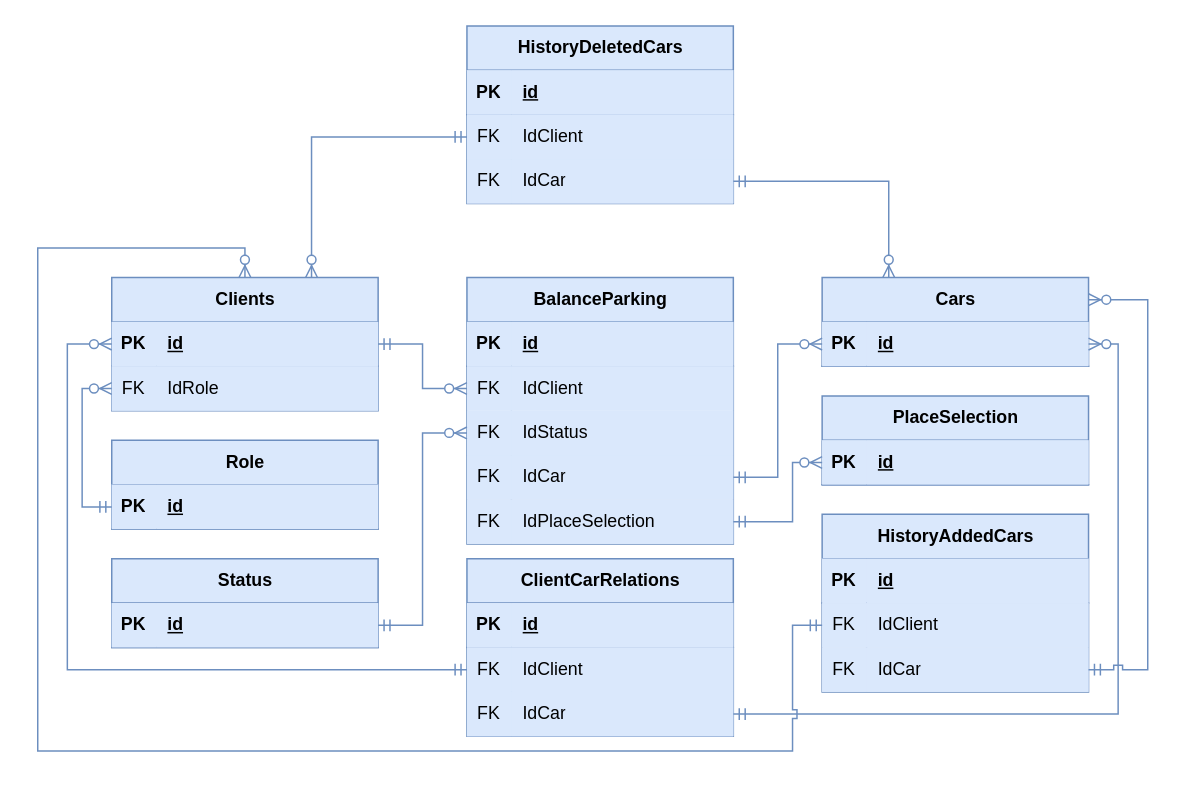
Earlier version of the draw.io diagram spooky_conc.drawio (NoCapAAAAA/spooky). Source tidied: cells renumbered, new cells numbered last; positions are measured from the earlier drawing's top-left corner, leaving out a move shared by most shapes. Both pictures are drawn from the tidied source at 148%, with x=0, y=0 at pixel (37, 25).
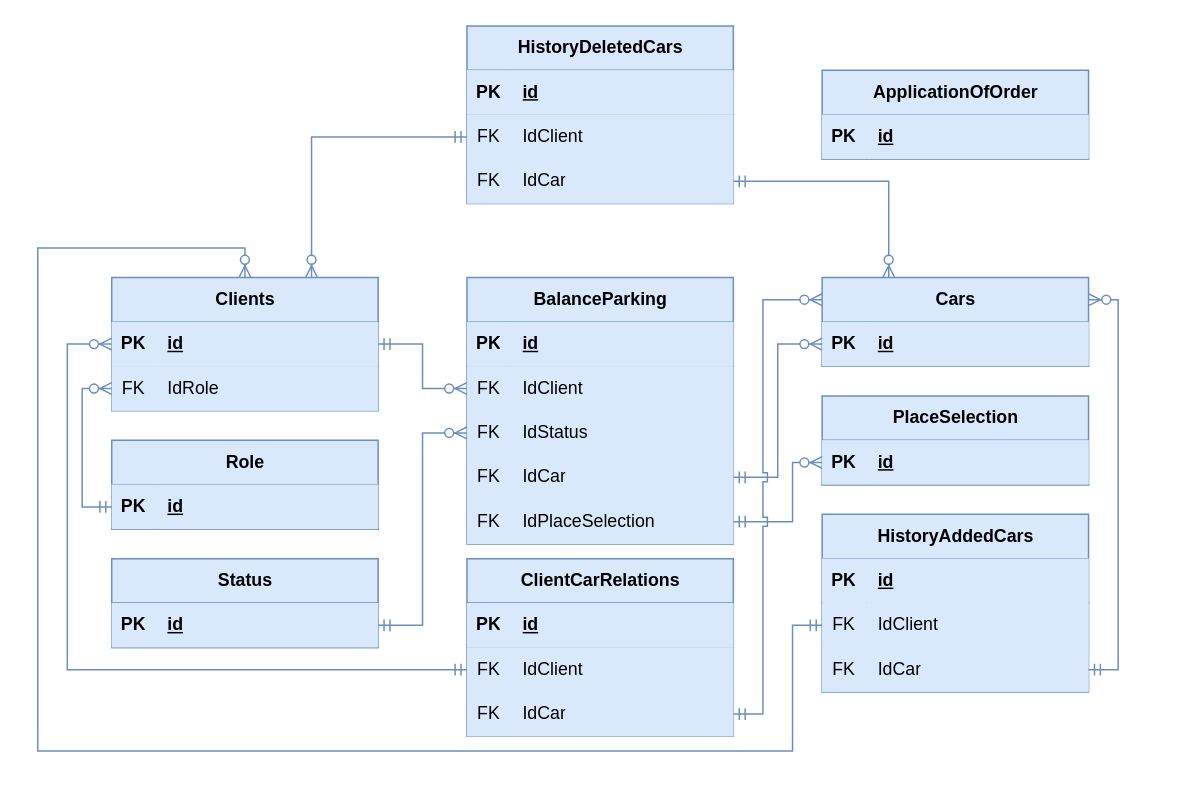
The same diagram, later.

The change refers to these unchanged cells:
```xml
<mxCell id="36" value="Cars" style="shape=table;startSize=30;childLayout=tableLayout;rowLines=0;fontStyle=1;align=center;html=1;fillColor=#dae8fc;strokeColor=#6c8ebf;" parent="1" vertex="1">
  <mxGeometry x="530" y="170" width="180" height="60" as="geometry" />
</mxCell>
<mxCell id="53" style="shape=tableRow;horizontal=0;startSize=0;swimlaneHead=0;swimlaneBody=0;fillColor=#dae8fc;points=[[0,0.5],[1,0.5]];portConstraint=eastwest;top=0;left=0;right=0;bottom=0;strokeColor=#6c8ebf;" parent="46" vertex="1">
  <mxGeometry y="90" width="180" height="30" as="geometry" />
</mxCell>
<mxCell id="65" style="shape=tableRow;horizontal=0;startSize=0;swimlaneHead=0;swimlaneBody=0;fillColor=#dae8fc;points=[[0,0.5],[1,0.5]];portConstraint=eastwest;top=0;left=0;right=0;bottom=0;strokeColor=#6c8ebf;" parent="58" vertex="1">
  <mxGeometry y="90" width="180" height="30" as="geometry" />
</mxCell>
```

The edit, as a diff of the source:
```diff
@@
-    <mxCell id="57" style="edgeStyle=orthogonalEdgeStyle;fontSize=12;html=1;endArrow=ERzeroToMany;startArrow=ERmandOne;rounded=0;entryX=1;entryY=0.75;entryDx=0;entryDy=0;exitX=1;exitY=0.5;exitDx=0;exitDy=0;fillColor=#dae8fc;strokeColor=#6c8ebf;" parent="1" edge="1" source="53" target="36">
+    <mxCell id="57" style="edgeStyle=orthogonalEdgeStyle;fontSize=12;html=1;endArrow=ERzeroToMany;startArrow=ERmandOne;rounded=0;exitX=1;exitY=0.5;exitDx=0;exitDy=0;fillColor=#dae8fc;strokeColor=#6c8ebf;entryX=0;entryY=0.25;entryDx=0;entryDy=0;jumpStyle=sharp;" parent="1" edge="1" source="53" target="36">
       <mxGeometry relative="1" as="geometry">
         <Array as="points">
-          <mxPoint x="730" y="465" />
-          <mxPoint x="730" y="215" />
+          <mxPoint x="490" y="465" />
+          <mxPoint x="490" y="185" />
         </Array>
       </mxGeometry>
     </mxCell>
@@
     <mxCell id="69" style="edgeStyle=orthogonalEdgeStyle;fontSize=12;html=1;endArrow=ERzeroToMany;startArrow=ERmandOne;rounded=0;exitX=1;exitY=0.5;exitDx=0;exitDy=0;entryX=1;entryY=0.25;entryDx=0;entryDy=0;fillColor=#dae8fc;strokeColor=#6c8ebf;jumpStyle=sharp;" parent="1" edge="1" source="65" target="36">
       <mxGeometry relative="1" as="geometry">
         <Array as="points">
-          <mxPoint x="750" y="435" />
-          <mxPoint x="750" y="185" />
+          <mxPoint x="730" y="435" />
+          <mxPoint x="730" y="185" />
         </Array>
       </mxGeometry>
     </mxCell>
@@
+    <mxCell id="82" value="ApplicationOfOrder" style="shape=table;startSize=30;childLayout=tableLayout;rowLines=0;fontStyle=1;align=center;html=1;fillColor=#dae8fc;strokeColor=#6c8ebf;" parent="1" vertex="1">
+      <mxGeometry x="530" y="30" width="180" height="60" as="geometry" />
+    </mxCell>
+    <mxCell id="83" style="shape=tableRow;horizontal=0;startSize=0;swimlaneHead=0;swimlaneBody=0;fillColor=#dae8fc;top=0;left=0;right=0;bottom=1;strokeColor=#6c8ebf;" parent="82" vertex="1">
+      <mxGeometry y="30" width="180" height="30" as="geometry" />
+    </mxCell>
+    <mxCell id="84" value="PK" style="shape=partialRectangle;fillColor=#dae8fc;top=0;left=0;bottom=0;right=0;fontStyle=1;overflow=hidden;whiteSpace=wrap;html=1;strokeColor=#6c8ebf;" parent="83" vertex="1">
+      <mxGeometry width="30" height="30" as="geometry" />
+    </mxCell>
+    <mxCell id="85" value="id" style="shape=partialRectangle;fillColor=#dae8fc;top=0;left=0;bottom=0;right=0;align=left;spacingLeft=6;fontStyle=5;overflow=hidden;whiteSpace=wrap;html=1;strokeColor=#6c8ebf;" parent="83" vertex="1">
+      <mxGeometry x="30" width="150" height="30" as="geometry" />
+    </mxCell>
```
